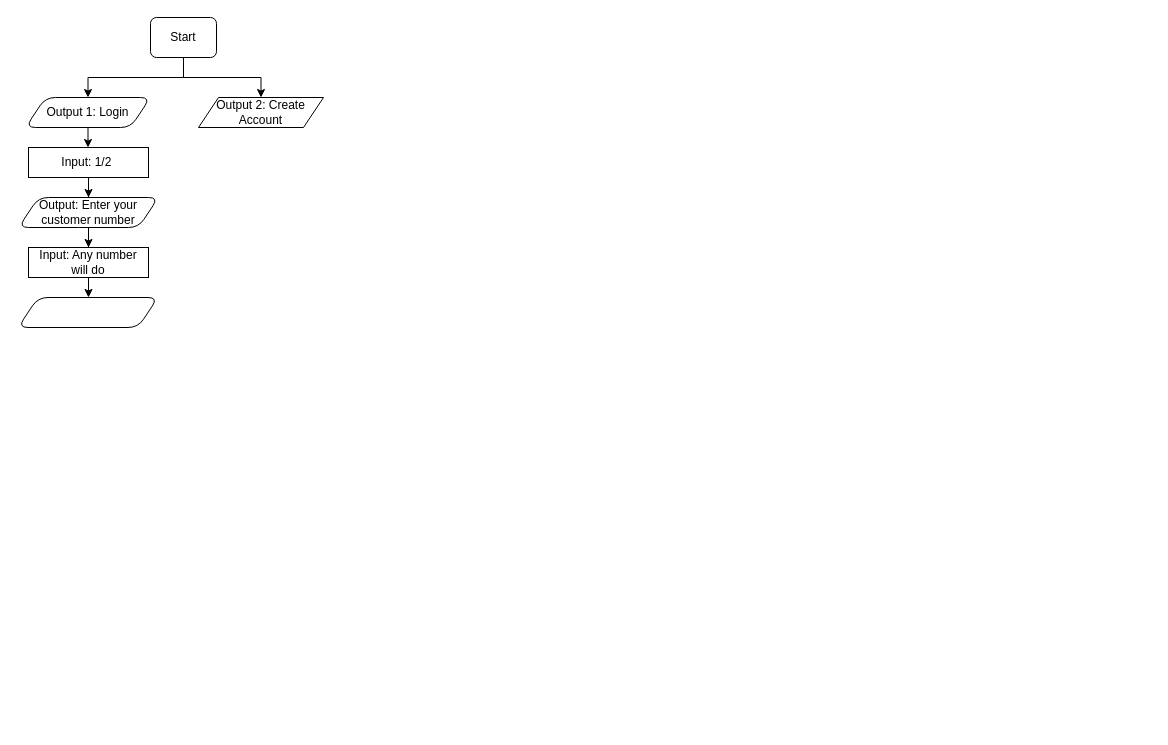
Earlier version of the draw.io diagram Untitled Diagram.drawio (EstiaanG/QA_Journey). Source tidied: cells renumbered, new cells numbered last; positions are measured from the earlier drawing's top-left corner, leaving out a move shared by most shapes. Both pictures are drawn from the tidied source at 100%, with x=0, y=0 at pixel (18, 17).
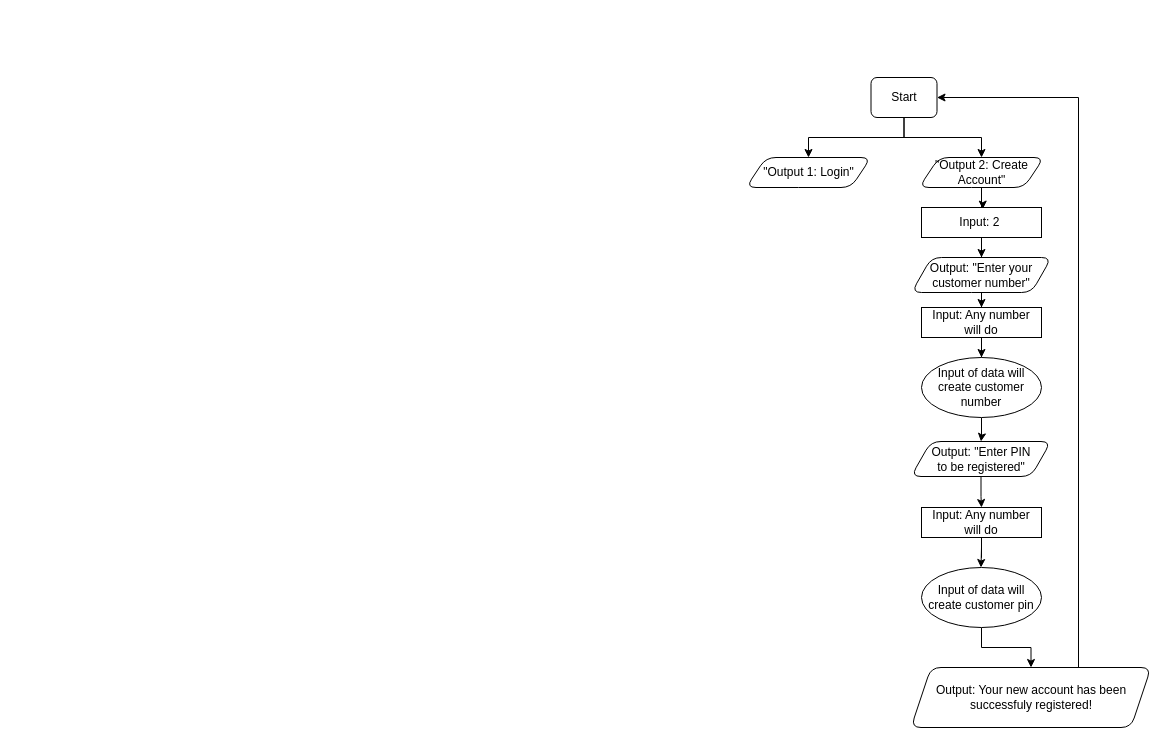
The same page after the edit.

Commit message:
Finalized initial option 2 branch

The edit, as a diff of the source:
```diff
@@
     <mxCell id="4" value="Start" style="rounded=1;whiteSpace=wrap;html=1;" parent="1" vertex="1">
-      <mxGeometry x="132" width="66" height="40" as="geometry" />
+      <mxGeometry x="852.5" y="60" width="66" height="40" as="geometry" />
     </mxCell>
-    <mxCell id="5" style="edgeStyle=orthogonalEdgeStyle;rounded=0;jettySize=auto;html=1;entryX=0.5;entryY=0;entryDx=0;entryDy=0;entryPerimeter=0;" parent="1" edge="1" source="6" target="9">
-      <mxGeometry relative="1" as="geometry" />
-    </mxCell>
-    <mxCell id="6" value="Output 1: Login" style="shape=parallelogram;perimeter=parallelogramPerimeter;whiteSpace=wrap;html=1;fixedSize=1;rounded=1;" parent="1" vertex="1">
-      <mxGeometry x="7" y="80" width="125" height="30" as="geometry" />
+    <mxCell id="6" value="&quot;Output 1: Login&quot;" style="shape=parallelogram;perimeter=parallelogramPerimeter;whiteSpace=wrap;html=1;fixedSize=1;rounded=1;" parent="1" vertex="1">
+      <mxGeometry x="727.5" y="140" width="125" height="30" as="geometry" />
     </mxCell>
+    <mxCell id="15" style="edgeStyle=orthogonalEdgeStyle;rounded=0;jettySize=auto;html=1;entryX=0.511;entryY=0.054;entryDx=0;entryDy=0;entryPerimeter=0;" parent="1" edge="1" source="7" target="9">
+      <mxGeometry relative="1" as="geometry" />
+    </mxCell>
-    <mxCell id="7" value="Output 2: Create Account" style="shape=parallelogram;perimeter=parallelogramPerimeter;whiteSpace=wrap;html=1;fixedSize=1;" parent="1" vertex="1">
-      <mxGeometry x="180" y="80" width="125" height="30" as="geometry" />
+    <mxCell id="7" value="&quot;Output 2: Create Account&quot;" style="shape=parallelogram;perimeter=parallelogramPerimeter;whiteSpace=wrap;html=1;fixedSize=1;rounded=1;" parent="1" vertex="1">
+      <mxGeometry x="900.5" y="140" width="125" height="30" as="geometry" />
     </mxCell>
@@
-    <mxCell id="9" value="Input: 1/2&amp;nbsp;" style="shape=rectangle;perimeter=retanglePerimeter;whiteSpace=wrap;html=1;fixedSize=1;sketch=0;rounded=0;shadow=0;direction=east;" parent="1" vertex="1">
-      <mxGeometry x="10" y="130" width="120" height="30" as="geometry" />
+    <mxCell id="9" value="Input: 2&amp;nbsp;" style="shape=rectangle;perimeter=retanglePerimeter;whiteSpace=wrap;html=1;fixedSize=1;sketch=0;rounded=0;shadow=0;direction=east;" parent="1" vertex="1">
+      <mxGeometry x="903" y="190" width="120" height="30" as="geometry" />
     </mxCell>
@@
-    <mxCell id="11" value="Output:&amp;nbsp;Enter your customer number" style="shape=parallelogram;perimeter=parallelogramPerimeter;whiteSpace=wrap;html=1;fixedSize=1;rounded=1;" parent="1" vertex="1">
-      <mxGeometry y="180" width="140" height="30" as="geometry" />
+    <mxCell id="11" value="Output: &quot;Enter your customer number&quot;" style="shape=parallelogram;perimeter=parallelogramPerimeter;whiteSpace=wrap;html=1;fixedSize=1;rounded=1;" parent="1" vertex="1">
+      <mxGeometry x="893" y="240" width="140" height="35" as="geometry" />
     </mxCell>
-    <mxCell id="12" style="edgeStyle=orthogonalEdgeStyle;rounded=0;jettySize=auto;html=1;" parent="1" edge="1" source="13" target="14">
-      <mxGeometry relative="1" as="geometry" />
-    </mxCell>
+    <mxCell id="16" style="edgeStyle=orthogonalEdgeStyle;rounded=0;jettySize=auto;html=1;" parent="1" edge="1" source="13" target="18">
+      <mxGeometry relative="1" as="geometry" />
+    </mxCell>
     <mxCell id="13" value="Input: Any number &lt;br&gt;will do" style="shape=rectangle;perimeter=rectanglePerimeter;whiteSpace=wrap;html=1;fixedSize=1;" parent="1" vertex="1">
-      <mxGeometry x="10" y="230" width="120" height="30" as="geometry" />
+      <mxGeometry x="903" y="290" width="120" height="30" as="geometry" />
     </mxCell>
-    <mxCell id="14" style="shape=parallelogram;perimeter=parallelogramPerimeter;whiteSpace=wrap;html=1;fixedSize=1;rounded=1;" parent="1" vertex="1">
-      <mxGeometry x="-0.5" y="280" width="140" height="30" as="geometry" />
-    </mxCell>
+    <mxCell id="17" style="edgeStyle=orthogonalEdgeStyle;rounded=0;jettySize=auto;html=1;entryX=0.5;entryY=0;entryDx=0;entryDy=0;" parent="1" edge="1" source="18" target="20">
+      <mxGeometry relative="1" as="geometry" />
+    </mxCell>
+    <mxCell id="18" value="Input of data will create customer number" style="ellipse;whiteSpace=wrap;html=1;" parent="1" vertex="1">
+      <mxGeometry x="903" y="340" width="120" height="60" as="geometry" />
+    </mxCell>
+    <mxCell id="19" style="edgeStyle=orthogonalEdgeStyle;rounded=0;jettySize=auto;html=1;entryX=0.5;entryY=0;entryDx=0;entryDy=0;" parent="1" edge="1" source="20" target="24">
+      <mxGeometry relative="1" as="geometry" />
+    </mxCell>
+    <mxCell id="20" value="Output: &quot;Enter PIN &lt;br&gt;to be registered&quot;" style="shape=parallelogram;perimeter=parallelogramPerimeter;whiteSpace=wrap;html=1;fixedSize=1;rounded=1;" parent="1" vertex="1">
+      <mxGeometry x="892.5" y="424" width="140" height="35" as="geometry" />
+    </mxCell>
+    <mxCell id="21" style="edgeStyle=orthogonalEdgeStyle;rounded=0;jettySize=auto;html=1;" parent="1" edge="1" source="22" target="26">
+      <mxGeometry relative="1" as="geometry" />
+    </mxCell>
+    <mxCell id="22" value="Input of data will create customer pin" style="ellipse;whiteSpace=wrap;html=1;" parent="1" vertex="1">
+      <mxGeometry x="903" y="550" width="120" height="60" as="geometry" />
+    </mxCell>
+    <mxCell id="23" style="edgeStyle=orthogonalEdgeStyle;rounded=0;jettySize=auto;html=1;entryX=0.5;entryY=0;entryDx=0;entryDy=0;" parent="1" edge="1" source="24">
+      <mxGeometry relative="1" as="geometry">
+        <mxPoint x="962.5" y="550" as="targetPoint" />
+      </mxGeometry>
+    </mxCell>
+    <mxCell id="24" value="Input: Any number &lt;br&gt;will do" style="shape=rectangle;perimeter=rectanglePerimeter;whiteSpace=wrap;html=1;fixedSize=1;" parent="1" vertex="1">
+      <mxGeometry x="903" y="490" width="120" height="30" as="geometry" />
+    </mxCell>
+    <mxCell id="25" style="edgeStyle=orthogonalEdgeStyle;rounded=0;jettySize=auto;html=1;entryX=1;entryY=0.5;entryDx=0;entryDy=0;" parent="1" edge="1" source="26" target="4">
+      <mxGeometry relative="1" as="geometry">
+        <Array as="points">
+          <mxPoint x="1060" y="80" />
+        </Array>
+      </mxGeometry>
+    </mxCell>
+    <mxCell id="26" value="Output: Your new account has been successfuly registered!" style="shape=parallelogram;perimeter=parallelogramPerimeter;whiteSpace=wrap;html=1;fixedSize=1;rounded=1;" parent="1" vertex="1">
+      <mxGeometry x="892.5" y="650" width="240" height="60" as="geometry" />
+    </mxCell>
```
